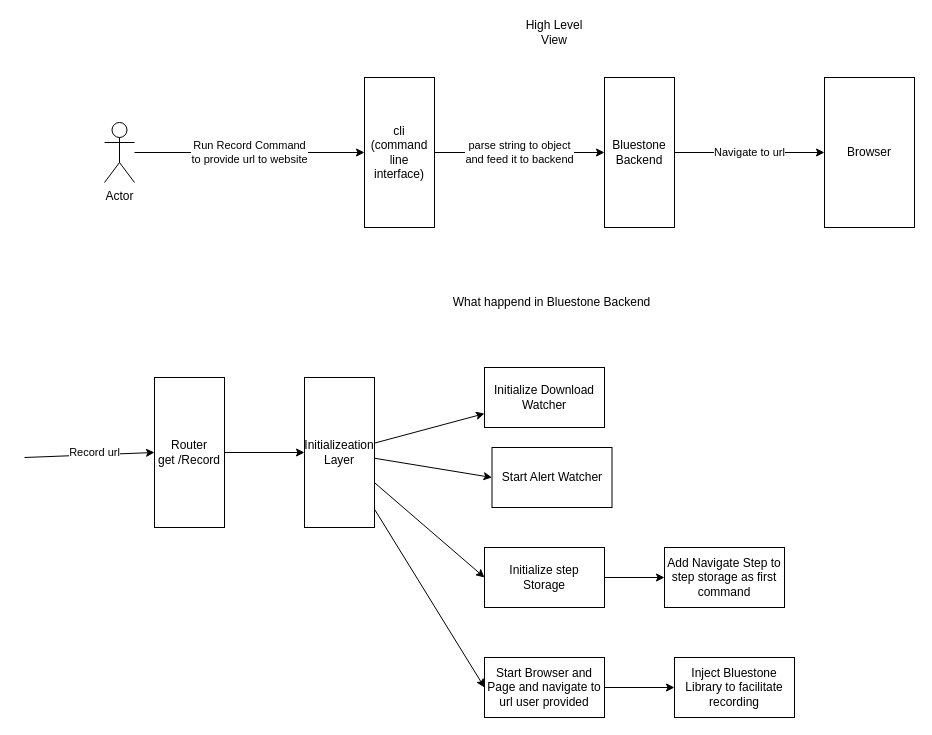
Before: page "Bluestone Record" (2 of 3) of doc/tutorial/architect.drawio in 3wweiweiwu/bluestone, a draw.io diagram. Source tidied: cells renumbered, new cells numbered last; positions are measured from the earlier drawing's top-left corner, leaving out a move shared by most shapes. Both pictures are drawn from the tidied source at 100%, with x=0, y=0 at pixel (24, 17).
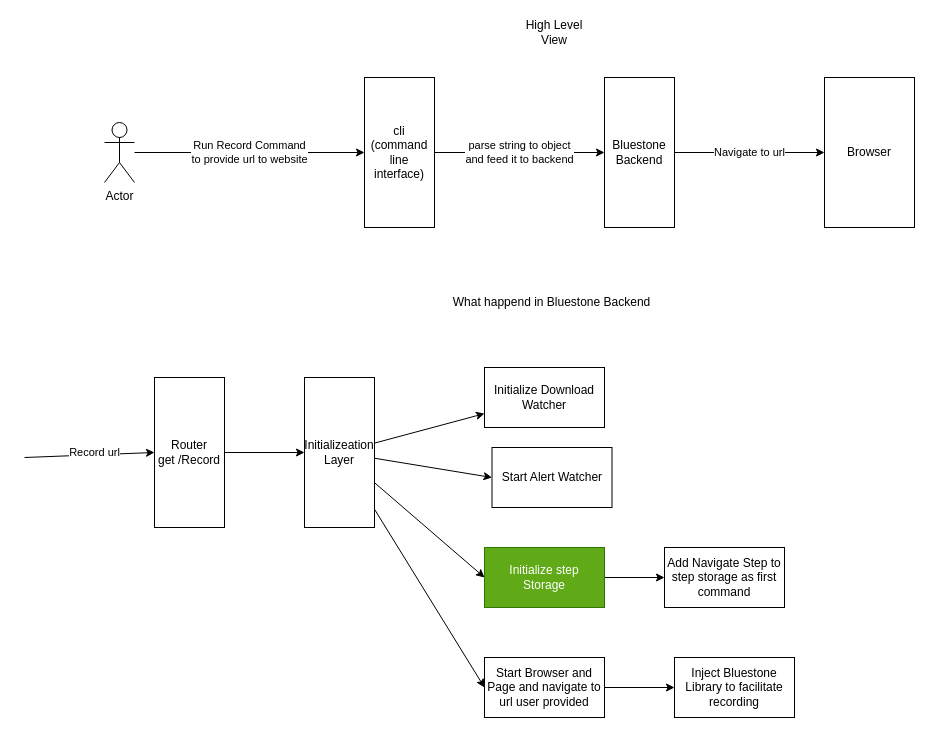
After the change.

Diff of the diagram source:
```diff
@@
-    <mxCell id="21" value="Initialize step &lt;br&gt;Storage" style="whiteSpace=wrap;html=1;rounded=0;" parent="1" vertex="1">
+    <mxCell id="21" value="Initialize step &lt;br&gt;Storage" style="whiteSpace=wrap;html=1;rounded=0;fillColor=#60a917;fontColor=#ffffff;strokeColor=#2D7600;" parent="1" vertex="1">
       <mxGeometry x="460" y="530" width="120" height="60" as="geometry" />
     </mxCell>
```
